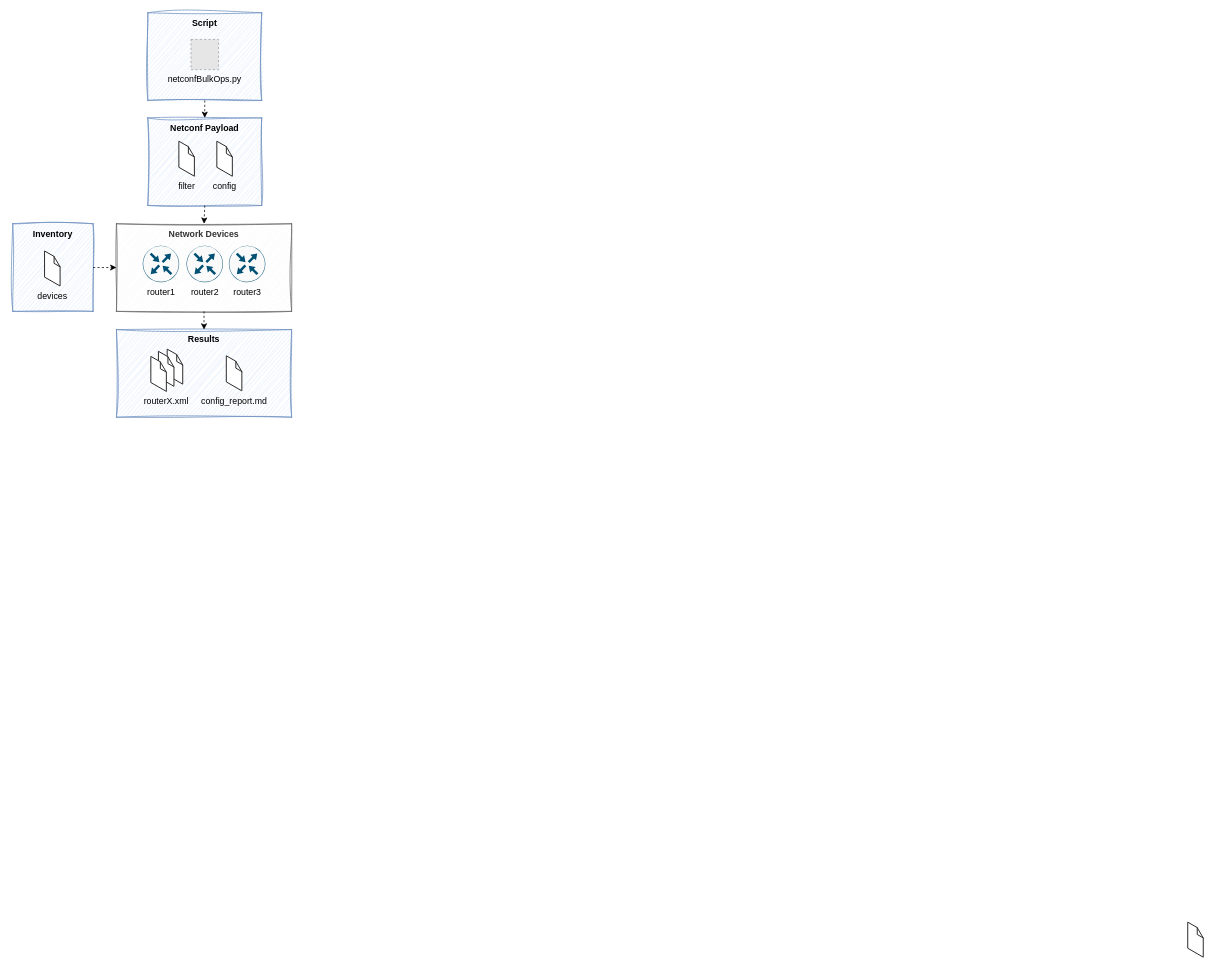
Before: doc/images/ncbo.drawio in spie-ics-ag/netconfBulkOps, a draw.io diagram. Source tidied: cells renumbered, new cells numbered last; positions are measured from the earlier drawing's top-left corner, leaving out a move shared by most shapes. Both pictures are drawn from the tidied source at 73%, with x=0, y=0 at pixel (12, 12). Pictures stored in the file or linked from it are replaced by grey dashed boxes.
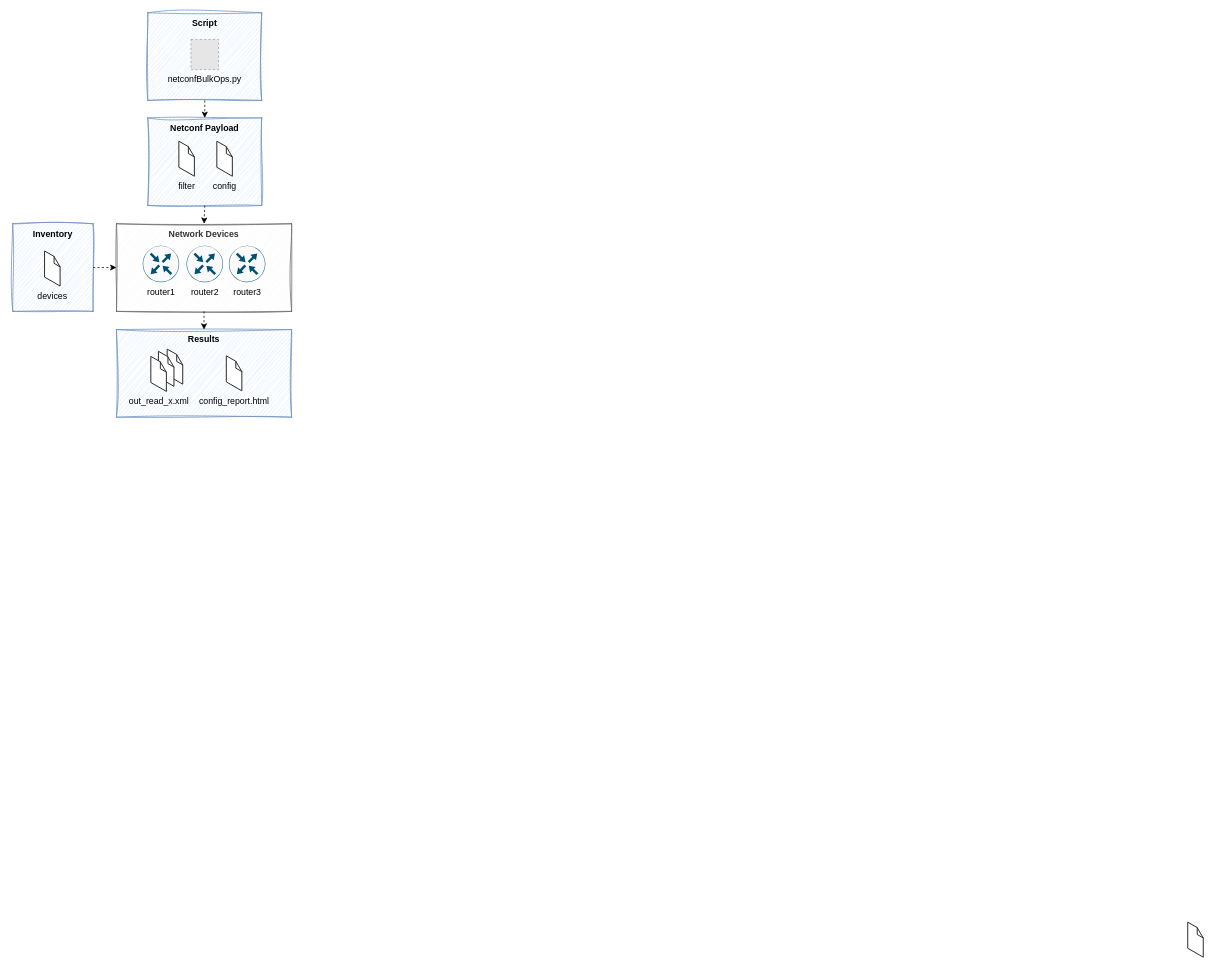
After the change.

The edit, as a diff of the source:
```diff
@@
-    <mxCell id="20" value="config_report.md" style="verticalLabelPosition=bottom;html=1;verticalAlign=top;strokeWidth=1;align=center;dashed=0;shape=mxgraph.aws3d.file;strokeColor=#292929;" parent="1" vertex="1">
+    <mxCell id="20" value="config_report.html" style="verticalLabelPosition=bottom;html=1;verticalAlign=top;strokeWidth=1;align=center;dashed=0;shape=mxgraph.aws3d.file;strokeColor=#292929;" parent="1" vertex="1">
       <mxGeometry x="293" y="470.2" width="20.8" height="47.7" as="geometry" />
     </mxCell>
@@
-    <mxCell id="22" value="&amp;nbsp; &amp;nbsp; &amp;nbsp; routerX.xml" style="verticalLabelPosition=bottom;html=1;verticalAlign=top;strokeWidth=1;align=center;dashed=0;shape=mxgraph.aws3d.file;strokeColor=#292929;" parent="1" vertex="1">
+    <mxCell id="22" value="out_read_x.xml" style="verticalLabelPosition=bottom;html=1;verticalAlign=top;strokeWidth=1;align=center;dashed=0;shape=mxgraph.aws3d.file;strokeColor=#292929;" parent="1" vertex="1">
       <mxGeometry x="189.6" y="471" width="20.8" height="47.7" as="geometry" />
     </mxCell>
```
